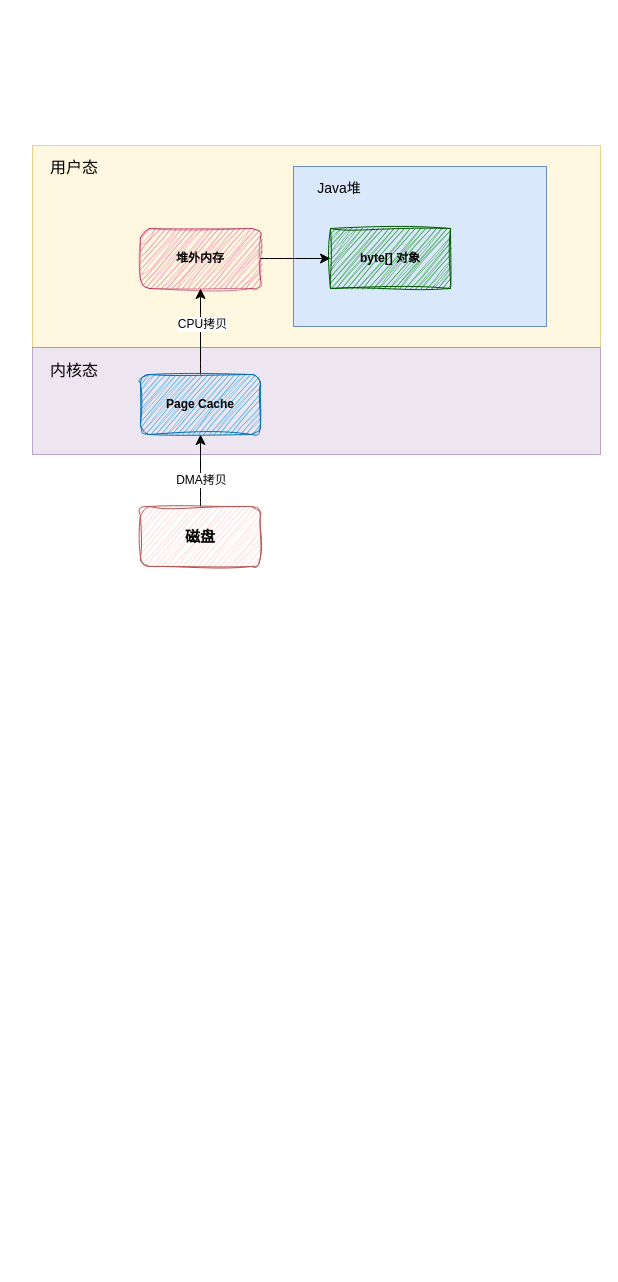
Earlier version of the draw.io diagram 堆外内存.drawio (wsxzei/markdown-photos). Source tidied: cells renumbered, new cells numbered last; positions are measured from the earlier drawing's top-left corner, leaving out a move shared by most shapes. Both pictures are drawn from the tidied source at 100%, with x=0, y=0 at pixel (32, 145).
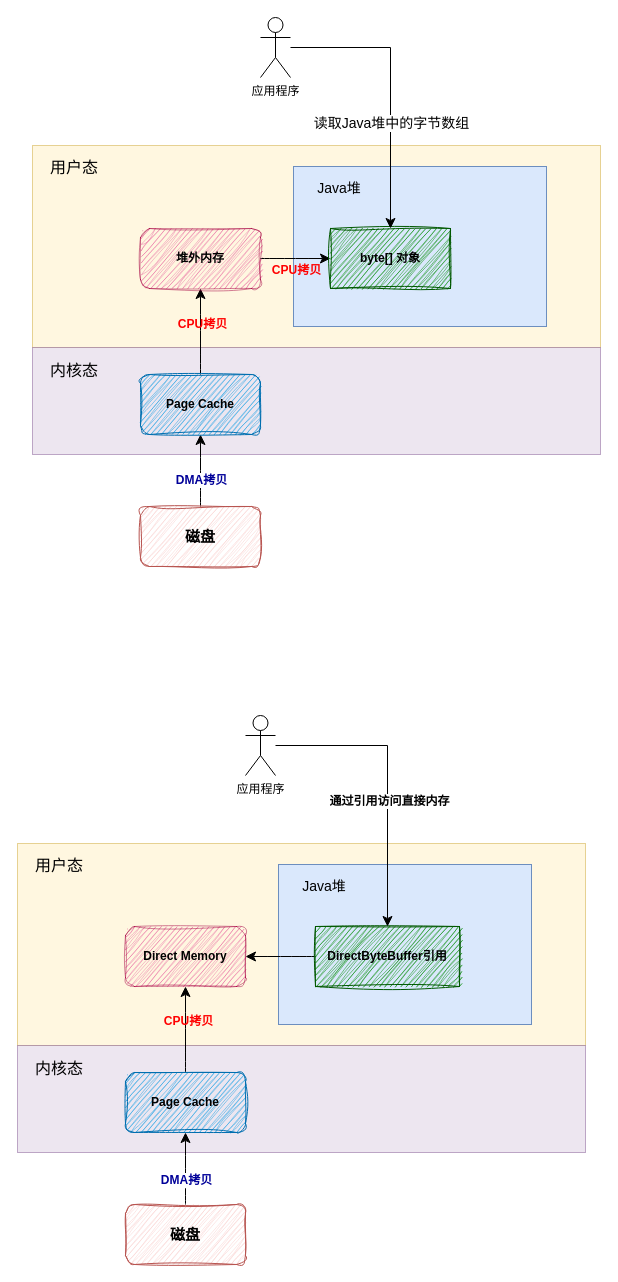
After the change.

Commit message (it also covers changes not shown here):
更新堆外内存.drawio

Unchanged cells that the change refers to:
```xml
<mxCell id="4" style="edgeStyle=none;curved=1;rounded=0;jettySize=auto;html=1;exitX=0.5;exitY=0;exitDx=0;exitDy=0;entryX=0.5;entryY=1;entryDx=0;entryDy=0;fontSize=12;startSize=8;endSize=8;" parent="1" edge="1" source="6" target="10">
  <mxGeometry relative="1" as="geometry" />
</mxCell>
<mxCell id="8" style="edgeStyle=none;curved=1;rounded=0;jettySize=auto;html=1;exitX=0.5;exitY=0;exitDx=0;exitDy=0;entryX=0.5;entryY=1;entryDx=0;entryDy=0;fontSize=12;startSize=8;endSize=8;" parent="1" edge="1" source="10" target="12">
  <mxGeometry relative="1" as="geometry" />
</mxCell>
<mxCell id="14" style="edgeStyle=none;curved=1;rounded=0;jettySize=auto;html=1;fontSize=12;startSize=8;endSize=8;" parent="1" edge="1" source="12" target="15">
  <mxGeometry relative="1" as="geometry" />
</mxCell>
<mxCell id="15" value="byte[] 对象" style="rounded=0;whiteSpace=wrap;html=1;sketch=1;curveFitting=1;jiggle=2;fillColor=#008a00;fontColor=#000000;strokeColor=#005700;fontStyle=1;" parent="1" vertex="1">
  <mxGeometry x="298" y="83" width="120" height="60" as="geometry" />
</mxCell>
```

What changed in the source:
```diff
@@
-    <mxCell id="5" value="DMA拷贝" style="edgeLabel;html=1;align=center;verticalAlign=middle;fontSize=12;" parent="4" vertex="1">
+    <mxCell id="5" value="DMA拷贝" style="edgeLabel;html=1;align=center;verticalAlign=middle;fontSize=12;fontColor=#000099;fontStyle=1;" parent="4" vertex="1">
       <mxGeometry x="-0.25" relative="1" as="geometry" />
     </mxCell>
@@
-    <mxCell id="9" value="CPU拷贝" style="edgeLabel;html=1;align=center;verticalAlign=middle;fontSize=12;" parent="8" vertex="1">
+    <mxCell id="9" value="CPU拷贝" style="edgeLabel;html=1;align=center;verticalAlign=middle;fontSize=12;labelBackgroundColor=none;fontColor=#FF0000;fontStyle=1;" parent="8" vertex="1">
       <mxGeometry x="0.18" y="-1" relative="1" as="geometry" />
     </mxCell>
@@
+    <mxCell id="17" value="CPU拷贝" style="edgeLabel;html=1;align=center;verticalAlign=middle;fontSize=12;labelBackgroundColor=none;fontStyle=1;fontColor=#FF0000;" parent="14" vertex="1">
+      <mxGeometry x="-0.29" y="-2" relative="1" as="geometry">
+        <mxPoint x="10" y="9" as="offset" />
+      </mxGeometry>
+    </mxCell>
@@
+    <mxCell id="18" style="edgeStyle=orthogonalEdgeStyle;rounded=0;jettySize=auto;html=1;entryX=0.5;entryY=0;entryDx=0;entryDy=0;fontSize=12;startSize=8;endSize=8;" parent="1" edge="1" source="20" target="15">
+      <mxGeometry relative="1" as="geometry" />
+    </mxCell>
+    <mxCell id="19" value="读取Java堆中的字节数组" style="edgeLabel;html=1;align=center;verticalAlign=middle;fontSize=14;" parent="18" vertex="1">
+      <mxGeometry x="0.09" y="-1" relative="1" as="geometry">
+        <mxPoint x="1" y="22" as="offset" />
+      </mxGeometry>
+    </mxCell>
+    <mxCell id="20" value="应用程序" style="shape=umlActor;verticalLabelPosition=bottom;verticalAlign=top;html=1;outlineConnect=0;" parent="1" vertex="1">
+      <mxGeometry x="228" y="-128" width="30" height="60" as="geometry" />
+    </mxCell>
+    <mxCell id="21" style="rounded=0;whiteSpace=wrap;html=1;fillColor=#fff2cc;strokeColor=#d6b656;opacity=60;" parent="1" vertex="1">
+      <mxGeometry x="-15" y="698" width="568" height="202" as="geometry" />
+    </mxCell>
+    <mxCell id="22" style="rounded=0;whiteSpace=wrap;html=1;fillColor=#e1d5e7;strokeColor=#9673a6;opacity=60;" parent="1" vertex="1">
+      <mxGeometry x="-15" y="900" width="568" height="107" as="geometry" />
+    </mxCell>
+    <mxCell id="23" style="edgeStyle=none;curved=1;rounded=0;jettySize=auto;html=1;exitX=0.5;exitY=0;exitDx=0;exitDy=0;entryX=0.5;entryY=1;entryDx=0;entryDy=0;fontSize=12;startSize=8;endSize=8;" parent="1" edge="1" source="24" target="27">
+      <mxGeometry relative="1" as="geometry" />
+    </mxCell>
+    <mxCell id="24" value="磁盘" style="rounded=1;whiteSpace=wrap;html=1;sketch=1;curveFitting=1;jiggle=2;fillColor=#f8cecc;strokeColor=#b85450;fontSize=15;fontStyle=1;" parent="1" vertex="1">
+      <mxGeometry x="93" y="1059" width="120" height="60" as="geometry" />
+    </mxCell>
+    <mxCell id="25" value="内核态" style="text;html=1;align=center;verticalAlign=middle;whiteSpace=wrap;rounded=0;fontSize=16;" parent="1" vertex="1">
+      <mxGeometry x="-15" y="904" width="84" height="38" as="geometry" />
+    </mxCell>
+    <mxCell id="26" style="edgeStyle=none;curved=1;rounded=0;jettySize=auto;html=1;exitX=0.5;exitY=0;exitDx=0;exitDy=0;entryX=0.5;entryY=1;entryDx=0;entryDy=0;fontSize=12;startSize=8;endSize=8;" parent="1" edge="1" source="27" target="29">
+      <mxGeometry relative="1" as="geometry" />
+    </mxCell>
+    <mxCell id="27" value="&lt;b&gt;&lt;font color=&quot;#000000&quot;&gt;Page Cache&lt;/font&gt;&lt;/b&gt;" style="rounded=1;whiteSpace=wrap;html=1;fillColor=#1ba1e2;strokeColor=#006EAF;sketch=1;curveFitting=1;jiggle=2;fontColor=#ffffff;" parent="1" vertex="1">
+      <mxGeometry x="93" y="927" width="120" height="60" as="geometry" />
+    </mxCell>
+    <mxCell id="28" value="用户态" style="text;html=1;align=center;verticalAlign=middle;whiteSpace=wrap;rounded=0;fontSize=16;" parent="1" vertex="1">
+      <mxGeometry x="-15" y="701" width="84" height="38" as="geometry" />
+    </mxCell>
+    <mxCell id="29" value="&lt;font color=&quot;#000000&quot;&gt;&lt;b&gt;Direct Memory&lt;br&gt;&lt;/b&gt;&lt;/font&gt;" style="rounded=1;whiteSpace=wrap;html=1;fillColor=#d80073;strokeColor=#A50040;sketch=1;curveFitting=1;jiggle=2;fontColor=#ffffff;opacity=50;" parent="1" vertex="1">
+      <mxGeometry x="93" y="781" width="120" height="60" as="geometry" />
+    </mxCell>
+    <mxCell id="30" style="rounded=0;whiteSpace=wrap;html=1;fillColor=#dae8fc;strokeColor=#6c8ebf;" parent="1" vertex="1">
+      <mxGeometry x="246" y="719" width="253" height="160" as="geometry" />
+    </mxCell>
+    <mxCell id="31" style="edgeStyle=none;curved=1;rounded=0;jettySize=auto;html=1;fontSize=12;startSize=8;endSize=8;" parent="1" edge="1" source="32" target="29">
+      <mxGeometry relative="1" as="geometry" />
+    </mxCell>
+    <mxCell id="32" value="DirectByteBuffer引用" style="rounded=0;whiteSpace=wrap;html=1;sketch=1;curveFitting=1;jiggle=2;fillColor=#008a00;fontColor=#000000;strokeColor=#005700;fontStyle=1;" parent="1" vertex="1">
+      <mxGeometry x="283" y="781" width="144" height="60" as="geometry" />
+    </mxCell>
+    <mxCell id="33" value="Java堆" style="text;html=1;align=center;verticalAlign=middle;whiteSpace=wrap;rounded=0;fontSize=14;" parent="1" vertex="1">
+      <mxGeometry x="250" y="722" width="84" height="38" as="geometry" />
+    </mxCell>
+    <mxCell id="34" style="edgeStyle=orthogonalEdgeStyle;rounded=0;jettySize=auto;html=1;entryX=0.5;entryY=0;entryDx=0;entryDy=0;fontSize=12;startSize=8;endSize=8;" parent="1" edge="1" source="36" target="32">
+      <mxGeometry relative="1" as="geometry" />
+    </mxCell>
+    <mxCell id="35" value="通过引用访问直接内存" style="edgeLabel;html=1;align=center;verticalAlign=middle;fontSize=12;fontStyle=1;" parent="34" vertex="1">
+      <mxGeometry x="0.14" y="1" relative="1" as="geometry" />
+    </mxCell>
+    <mxCell id="36" value="应用程序" style="shape=umlActor;verticalLabelPosition=bottom;verticalAlign=top;html=1;outlineConnect=0;" parent="1" vertex="1">
+      <mxGeometry x="213" y="570" width="30" height="60" as="geometry" />
+    </mxCell>
+    <mxCell id="37" value="CPU拷贝" style="edgeLabel;html=1;align=center;verticalAlign=middle;fontSize=12;labelBackgroundColor=none;fontColor=#FF0000;fontStyle=1;" parent="1" vertex="1">
+      <mxGeometry x="133" y="864" as="geometry">
+        <mxPoint x="22" y="11" as="offset" />
+      </mxGeometry>
+    </mxCell>
+    <mxCell id="38" value="DMA拷贝" style="edgeLabel;html=1;align=center;verticalAlign=middle;fontSize=12;fontColor=#000099;fontStyle=1;" parent="1" vertex="1">
+      <mxGeometry x="153" y="1034" as="geometry" />
+    </mxCell>
```
